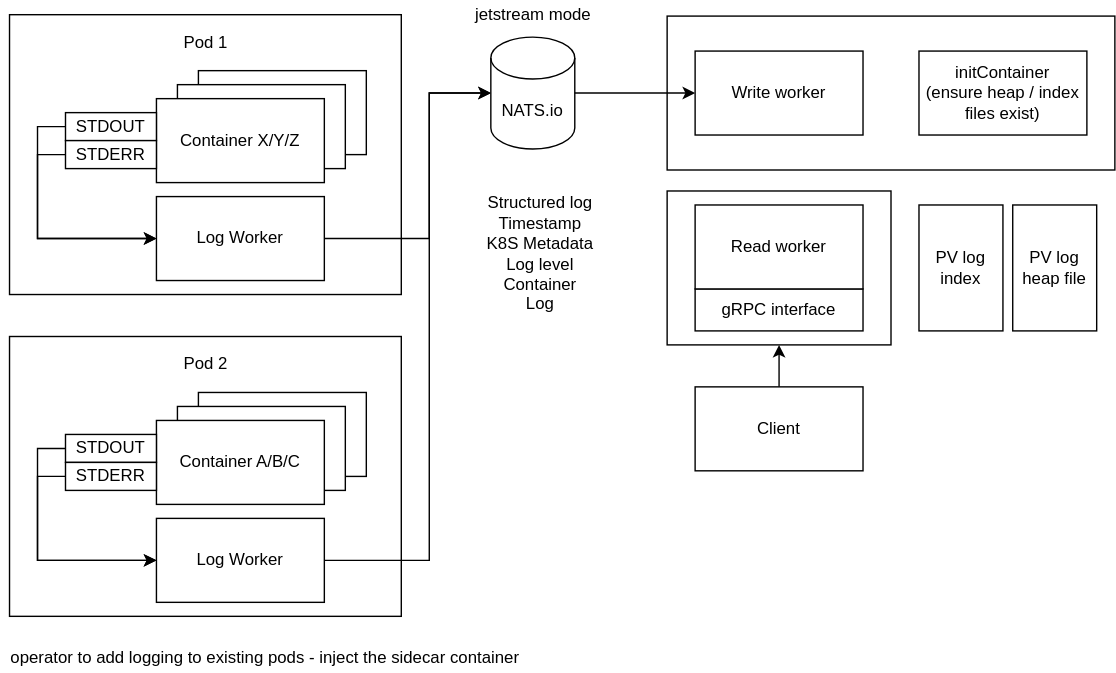
net-reply-future-networks/k8s-log-aggregator keeps this draw.io diagram as Design.drawio.svg. Above is the earlier version. Source tidied: cells renumbered, new cells last; positions are measured from the earlier drawing's top-left corner, leaving out a move shared by most shapes. Source of this version:
```xml
<mxGraphModel>
  <root>
    <mxCell id="0" />
    <mxCell id="1" parent="0" />
    <mxCell id="2" style="rounded=0;whiteSpace=wrap;html=1;" parent="1" vertex="1">
      <mxGeometry x="476" y="136" width="160" height="110" as="geometry" />
    </mxCell>
    <mxCell id="3" style="rounded=0;whiteSpace=wrap;html=1;" parent="1" vertex="1">
      <mxGeometry x="6" y="10" width="280" height="200" as="geometry" />
    </mxCell>
    <mxCell id="4" value="Pod 1" style="text;html=1;align=center;verticalAlign=middle;strokeColor=none;fillColor=none;" parent="1" vertex="1">
      <mxGeometry x="121" y="20" width="50" height="20" as="geometry" />
    </mxCell>
    <mxCell id="5" value="Container X/Y/Z" style="rounded=0;whiteSpace=wrap;html=1;" parent="1" vertex="1">
      <mxGeometry x="141" y="50" width="120" height="60" as="geometry" />
    </mxCell>
    <mxCell id="6" value="Container X/Y/Z" style="rounded=0;whiteSpace=wrap;html=1;" parent="1" vertex="1">
      <mxGeometry x="126" y="60" width="120" height="60" as="geometry" />
    </mxCell>
    <mxCell id="7" value="Container X/Y/Z" style="rounded=0;whiteSpace=wrap;html=1;" parent="1" vertex="1">
      <mxGeometry x="111" y="70" width="120" height="60" as="geometry" />
    </mxCell>
    <mxCell id="8" style="edgeStyle=orthogonalEdgeStyle;rounded=0;jettySize=auto;html=1;exitX=1;exitY=0.5;exitDx=0;exitDy=0;entryX=0;entryY=0.5;entryDx=0;entryDy=0;entryPerimeter=0;" parent="1" edge="1" source="9" target="25">
      <mxGeometry relative="1" as="geometry">
        <Array as="points">
          <mxPoint x="306" y="170" />
          <mxPoint x="306" y="66" />
        </Array>
      </mxGeometry>
    </mxCell>
    <mxCell id="9" value="Log Worker" style="rounded=0;whiteSpace=wrap;html=1;" parent="1" vertex="1">
      <mxGeometry x="111" y="140" width="120" height="60" as="geometry" />
    </mxCell>
    <mxCell id="10" style="edgeStyle=orthogonalEdgeStyle;rounded=0;jettySize=auto;html=1;exitX=0;exitY=0.5;exitDx=0;exitDy=0;entryX=0;entryY=0.5;entryDx=0;entryDy=0;" parent="1" edge="1" source="11" target="9">
      <mxGeometry relative="1" as="geometry" />
    </mxCell>
    <mxCell id="11" value="STDOUT" style="rounded=0;whiteSpace=wrap;html=1;" parent="1" vertex="1">
      <mxGeometry x="46" y="80" width="65" height="20" as="geometry" />
    </mxCell>
    <mxCell id="12" style="edgeStyle=orthogonalEdgeStyle;rounded=0;jettySize=auto;html=1;exitX=0;exitY=0.5;exitDx=0;exitDy=0;entryX=0;entryY=0.5;entryDx=0;entryDy=0;" parent="1" edge="1" source="13" target="9">
      <mxGeometry relative="1" as="geometry" />
    </mxCell>
    <mxCell id="13" value="STDERR" style="rounded=0;whiteSpace=wrap;html=1;" parent="1" vertex="1">
      <mxGeometry x="46" y="100" width="65" height="20" as="geometry" />
    </mxCell>
    <mxCell id="14" style="rounded=0;whiteSpace=wrap;html=1;" parent="1" vertex="1">
      <mxGeometry x="6" y="240" width="280" height="200" as="geometry" />
    </mxCell>
    <mxCell id="15" value="Pod 2" style="text;html=1;align=center;verticalAlign=middle;strokeColor=none;fillColor=none;" parent="1" vertex="1">
      <mxGeometry x="121" y="250" width="50" height="20" as="geometry" />
    </mxCell>
    <mxCell id="16" value="Container X/Y/Z" style="rounded=0;whiteSpace=wrap;html=1;" parent="1" vertex="1">
      <mxGeometry x="141" y="280" width="120" height="60" as="geometry" />
    </mxCell>
    <mxCell id="17" value="Container X/Y/Z" style="rounded=0;whiteSpace=wrap;html=1;" parent="1" vertex="1">
      <mxGeometry x="126" y="290" width="120" height="60" as="geometry" />
    </mxCell>
    <mxCell id="18" value="Container A/B/C" style="rounded=0;whiteSpace=wrap;html=1;" parent="1" vertex="1">
      <mxGeometry x="111" y="300" width="120" height="60" as="geometry" />
    </mxCell>
    <mxCell id="19" style="edgeStyle=orthogonalEdgeStyle;rounded=0;jettySize=auto;html=1;exitX=1;exitY=0.5;exitDx=0;exitDy=0;entryX=0;entryY=0.5;entryDx=0;entryDy=0;entryPerimeter=0;" parent="1" edge="1" source="20" target="25">
      <mxGeometry relative="1" as="geometry">
        <Array as="points">
          <mxPoint x="306" y="400" />
          <mxPoint x="306" y="66" />
        </Array>
      </mxGeometry>
    </mxCell>
    <mxCell id="20" value="Log Worker" style="rounded=0;whiteSpace=wrap;html=1;" parent="1" vertex="1">
      <mxGeometry x="111" y="370" width="120" height="60" as="geometry" />
    </mxCell>
    <mxCell id="21" style="edgeStyle=orthogonalEdgeStyle;rounded=0;jettySize=auto;html=1;exitX=0;exitY=0.5;exitDx=0;exitDy=0;entryX=0;entryY=0.5;entryDx=0;entryDy=0;" parent="1" edge="1" source="22" target="20">
      <mxGeometry relative="1" as="geometry" />
    </mxCell>
    <mxCell id="22" value="STDOUT" style="rounded=0;whiteSpace=wrap;html=1;" parent="1" vertex="1">
      <mxGeometry x="46" y="310" width="65" height="20" as="geometry" />
    </mxCell>
    <mxCell id="23" style="edgeStyle=orthogonalEdgeStyle;rounded=0;jettySize=auto;html=1;exitX=0;exitY=0.5;exitDx=0;exitDy=0;entryX=0;entryY=0.5;entryDx=0;entryDy=0;" parent="1" edge="1" source="24" target="20">
      <mxGeometry relative="1" as="geometry" />
    </mxCell>
    <mxCell id="24" value="STDERR" style="rounded=0;whiteSpace=wrap;html=1;" parent="1" vertex="1">
      <mxGeometry x="46" y="330" width="65" height="20" as="geometry" />
    </mxCell>
    <mxCell id="25" value="NATS.io" style="shape=cylinder3;whiteSpace=wrap;html=1;boundedLbl=1;backgroundOutline=1;size=15;" parent="1" vertex="1">
      <mxGeometry x="350" y="26" width="60" height="80" as="geometry" />
    </mxCell>
    <mxCell id="26" value="Structured log&lt;br&gt;Timestamp&lt;br&gt;K8S Metadata&lt;br&gt;Log level&lt;br&gt;Container&lt;br&gt;Log" style="text;html=1;align=center;verticalAlign=middle;strokeColor=none;fillColor=none;" parent="1" vertex="1">
      <mxGeometry x="340" y="136" width="90" height="90" as="geometry" />
    </mxCell>
    <mxCell id="27" style="rounded=0;whiteSpace=wrap;html=1;" parent="1" vertex="1">
      <mxGeometry x="476" y="11" width="320" height="110" as="geometry" />
    </mxCell>
    <mxCell id="28" value="gRPC interface" style="rounded=0;whiteSpace=wrap;html=1;" parent="1" vertex="1">
      <mxGeometry x="496" y="206" width="120" height="30" as="geometry" />
    </mxCell>
    <mxCell id="29" value="PV log heap file" style="rounded=0;whiteSpace=wrap;html=1;" parent="1" vertex="1">
      <mxGeometry x="723" y="146" width="60" height="90" as="geometry" />
    </mxCell>
    <mxCell id="30" value="PV log index" style="rounded=0;whiteSpace=wrap;html=1;" parent="1" vertex="1">
      <mxGeometry x="656" y="146" width="60" height="90" as="geometry" />
    </mxCell>
    <mxCell id="31" value="Write worker" style="rounded=0;whiteSpace=wrap;html=1;" parent="1" vertex="1">
      <mxGeometry x="496" y="36" width="120" height="60" as="geometry" />
    </mxCell>
    <mxCell id="32" style="edgeStyle=orthogonalEdgeStyle;rounded=0;jettySize=auto;html=1;exitX=1;exitY=0.5;exitDx=0;exitDy=0;exitPerimeter=0;entryX=0;entryY=0.5;entryDx=0;entryDy=0;" parent="1" edge="1" source="25" target="31">
      <mxGeometry relative="1" as="geometry" />
    </mxCell>
    <mxCell id="33" value="Read worker" style="rounded=0;whiteSpace=wrap;html=1;" parent="1" vertex="1">
      <mxGeometry x="496" y="146" width="120" height="60" as="geometry" />
    </mxCell>
    <mxCell id="34" value="initContainer&lt;br&gt;(ensure heap / index files exist)" style="rounded=0;whiteSpace=wrap;html=1;" parent="1" vertex="1">
      <mxGeometry x="656" y="36" width="120" height="60" as="geometry" />
    </mxCell>
    <mxCell id="35" style="edgeStyle=orthogonalEdgeStyle;rounded=0;jettySize=auto;html=1;exitX=0.5;exitY=0;exitDx=0;exitDy=0;entryX=0.5;entryY=1;entryDx=0;entryDy=0;" parent="1" edge="1" source="36" target="2">
      <mxGeometry relative="1" as="geometry" />
    </mxCell>
    <mxCell id="36" value="Client" style="rounded=0;whiteSpace=wrap;html=1;" parent="1" vertex="1">
      <mxGeometry x="496" y="276" width="120" height="60" as="geometry" />
    </mxCell>
    <mxCell id="37" value="jetstream mode" style="text;html=1;align=center;verticalAlign=middle;strokeColor=none;fillColor=none;" parent="1" vertex="1">
      <mxGeometry x="330" width="100" height="20" as="geometry" />
    </mxCell>
    <mxCell id="38" value="operator to add logging to existing pods - inject the sidecar container&amp;nbsp;" style="text;html=1;align=center;verticalAlign=middle;strokeColor=none;fillColor=none;" parent="1" vertex="1">
      <mxGeometry y="460" width="380" height="20" as="geometry" />
    </mxCell>
  </root>
</mxGraphModel>
```
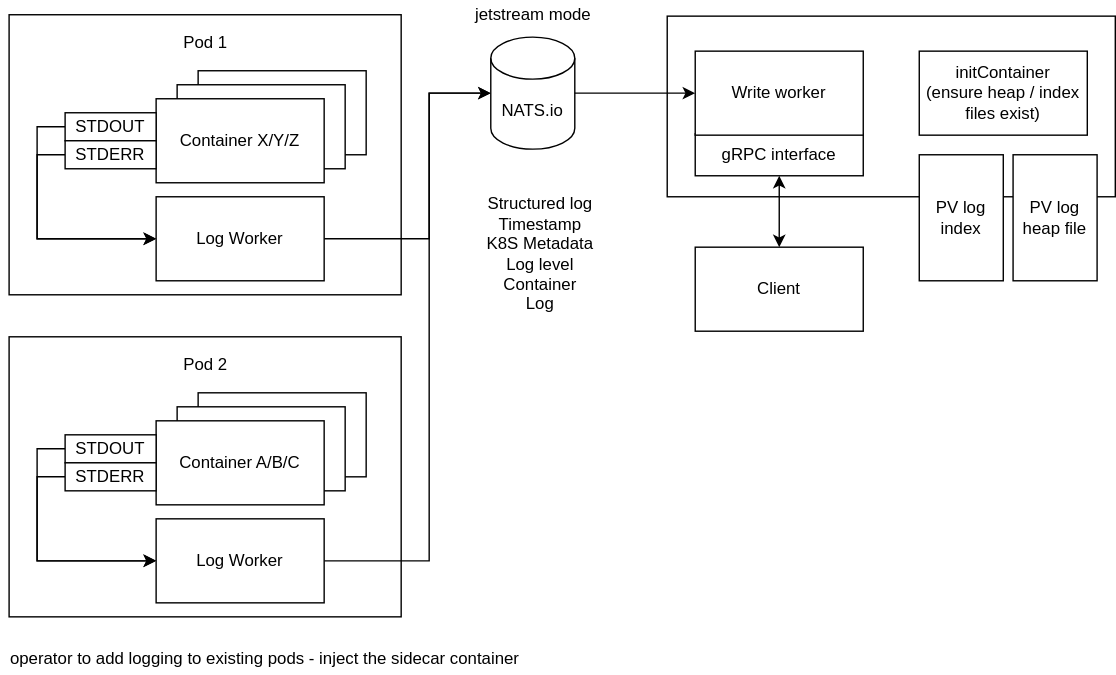
Above is the later version.

Diff of the diagram source:
```diff
@@ -2,9 +2,6 @@
   <root>
     <mxCell id="0" />
     <mxCell id="1" parent="0" />
-    <mxCell id="2" style="rounded=0;whiteSpace=wrap;html=1;" parent="1" vertex="1">
-      <mxGeometry x="476" y="136" width="160" height="110" as="geometry" />
-    </mxCell>
     <mxCell id="3" style="rounded=0;whiteSpace=wrap;html=1;" parent="1" vertex="1">
       <mxGeometry x="6" y="10" width="280" height="200" as="geometry" />
     </mxCell>
@@ -88,16 +85,16 @@
       <mxGeometry x="340" y="136" width="90" height="90" as="geometry" />
     </mxCell>
     <mxCell id="27" style="rounded=0;whiteSpace=wrap;html=1;" parent="1" vertex="1">
-      <mxGeometry x="476" y="11" width="320" height="110" as="geometry" />
+      <mxGeometry x="476" y="11" width="320" height="129" as="geometry" />
     </mxCell>
     <mxCell id="28" value="gRPC interface" style="rounded=0;whiteSpace=wrap;html=1;" parent="1" vertex="1">
-      <mxGeometry x="496" y="206" width="120" height="30" as="geometry" />
+      <mxGeometry x="496" y="95" width="120" height="30" as="geometry" />
     </mxCell>
     <mxCell id="29" value="PV log heap file" style="rounded=0;whiteSpace=wrap;html=1;" parent="1" vertex="1">
-      <mxGeometry x="723" y="146" width="60" height="90" as="geometry" />
+      <mxGeometry x="723" y="110" width="60" height="90" as="geometry" />
     </mxCell>
     <mxCell id="30" value="PV log index" style="rounded=0;whiteSpace=wrap;html=1;" parent="1" vertex="1">
-      <mxGeometry x="656" y="146" width="60" height="90" as="geometry" />
+      <mxGeometry x="656" y="110" width="60" height="90" as="geometry" />
     </mxCell>
     <mxCell id="31" value="Write worker" style="rounded=0;whiteSpace=wrap;html=1;" parent="1" vertex="1">
       <mxGeometry x="496" y="36" width="120" height="60" as="geometry" />
@@ -105,17 +102,14 @@
     <mxCell id="32" style="edgeStyle=orthogonalEdgeStyle;rounded=0;jettySize=auto;html=1;exitX=1;exitY=0.5;exitDx=0;exitDy=0;exitPerimeter=0;entryX=0;entryY=0.5;entryDx=0;entryDy=0;" parent="1" edge="1" source="25" target="31">
       <mxGeometry relative="1" as="geometry" />
     </mxCell>
-    <mxCell id="33" value="Read worker" style="rounded=0;whiteSpace=wrap;html=1;" parent="1" vertex="1">
-      <mxGeometry x="496" y="146" width="120" height="60" as="geometry" />
-    </mxCell>
     <mxCell id="34" value="initContainer&lt;br&gt;(ensure heap / index files exist)" style="rounded=0;whiteSpace=wrap;html=1;" parent="1" vertex="1">
       <mxGeometry x="656" y="36" width="120" height="60" as="geometry" />
     </mxCell>
-    <mxCell id="35" style="edgeStyle=orthogonalEdgeStyle;rounded=0;jettySize=auto;html=1;exitX=0.5;exitY=0;exitDx=0;exitDy=0;entryX=0.5;entryY=1;entryDx=0;entryDy=0;" parent="1" edge="1" source="36" target="2">
+    <mxCell id="35" style="edgeStyle=orthogonalEdgeStyle;rounded=0;jettySize=auto;html=1;exitX=0.5;exitY=0;exitDx=0;exitDy=0;entryX=0.5;entryY=1;entryDx=0;entryDy=0;startArrow=classic;startFill=1;" parent="1" edge="1" source="36" target="28">
       <mxGeometry relative="1" as="geometry" />
     </mxCell>
     <mxCell id="36" value="Client" style="rounded=0;whiteSpace=wrap;html=1;" parent="1" vertex="1">
-      <mxGeometry x="496" y="276" width="120" height="60" as="geometry" />
+      <mxGeometry x="496" y="176" width="120" height="60" as="geometry" />
     </mxCell>
     <mxCell id="37" value="jetstream mode" style="text;html=1;align=center;verticalAlign=middle;strokeColor=none;fillColor=none;" parent="1" vertex="1">
       <mxGeometry x="330" width="100" height="20" as="geometry" />
```
